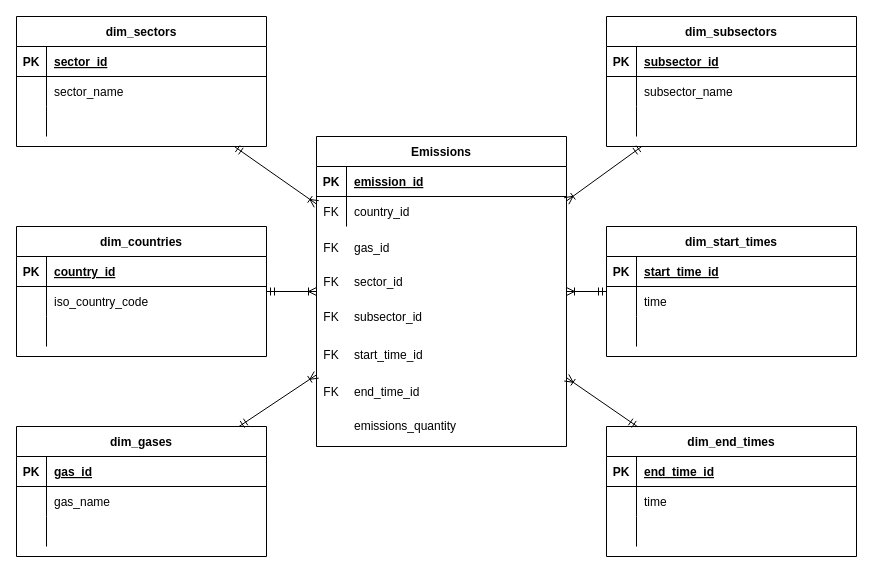
Above: Deliverable 2/Final Dimensional Model.drawio in kaiden-ong/GreenhouseGases (draw.io), before the change. Source tidied: cells renumbered, new cells numbered last; positions are measured from the earlier drawing's top-left corner, leaving out a move shared by most shapes. Both pictures are drawn from the tidied source at 100%, with x=0, y=0 at pixel (16, 16).
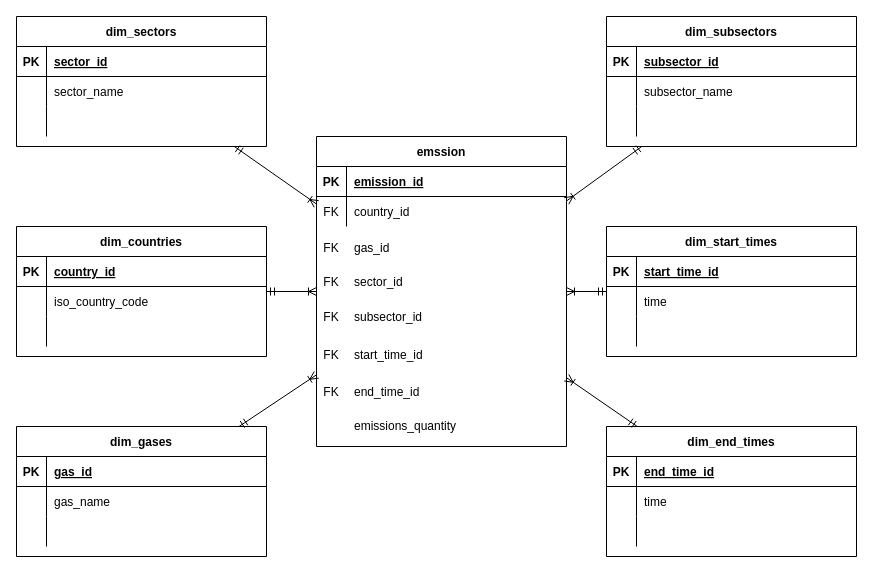
After the change.

The change refers to these unchanged cells:
```xml
<mxCell id="32" style="group;" parent="1" vertex="1">
  <mxGeometry x="300" y="120" width="250" height="310" as="geometry" />
</mxCell>
```

Diff of the diagram source:
```diff
@@
-    <mxCell id="33" value="Emissions" style="shape=table;startSize=30;childLayout=tableLayout;rowLines=0;fontStyle=1;align=center;" parent="32" vertex="1">
+    <mxCell id="33" value="emssion" style="shape=table;startSize=30;childLayout=tableLayout;rowLines=0;fontStyle=1;align=center;" parent="32" vertex="1">
       <mxGeometry width="250" height="310" as="geometry" />
     </mxCell>
```
